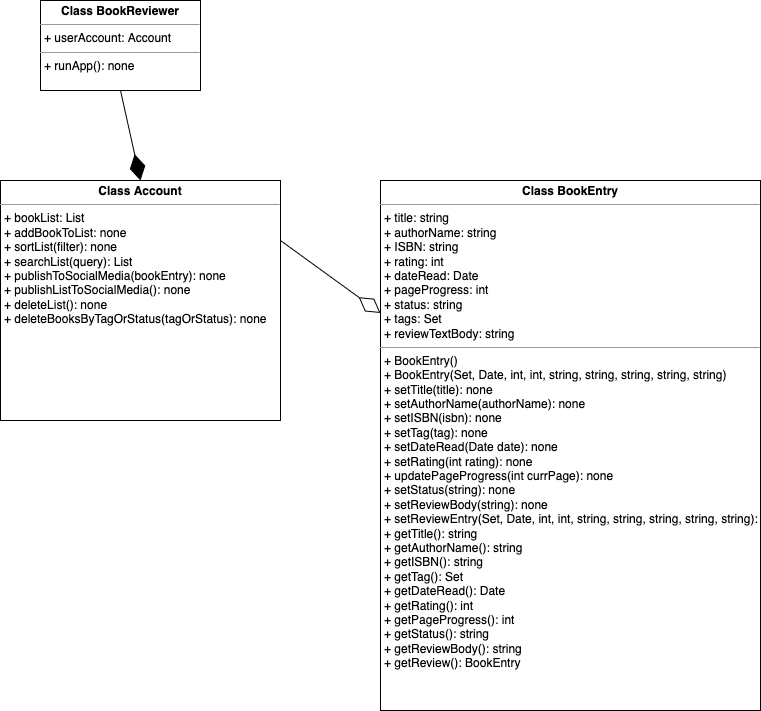
Before: specs/system diagrams/inheritance.drawio.png, a diagram exported from draw.io (cse110-fa22-group13/cse110-fa22-group13). Source tidied: cells renumbered, new cells last; positions are measured from the earlier drawing's top-left corner, leaving out a move shared by most shapes.
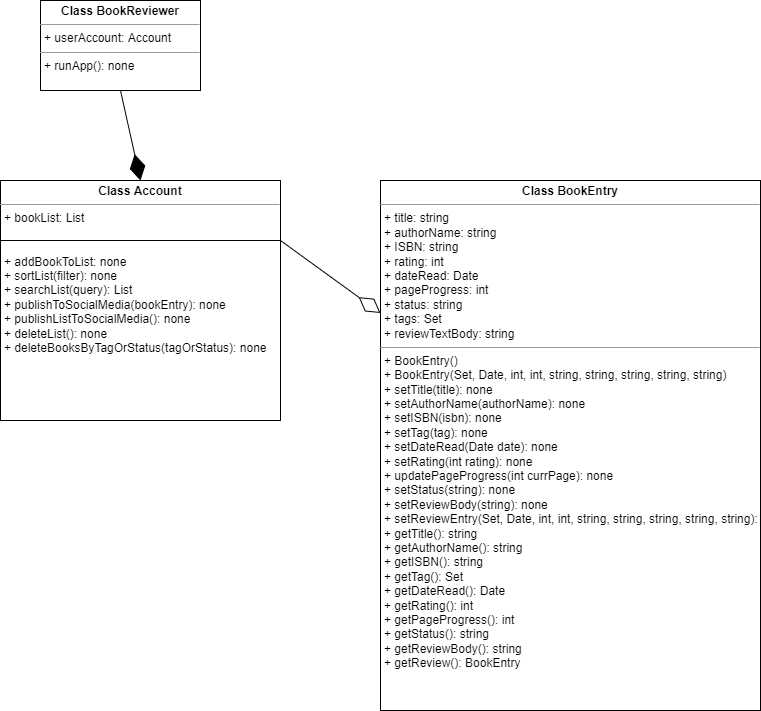
After the change.

Commit message:
Add line separating member variables and member functions back into UML inheritance

Change to the diagram source:
```diff
@@ -2,7 +2,7 @@
   <root>
     <mxCell id="0" />
     <mxCell id="1" parent="0" />
-    <mxCell id="2" value="&lt;p style=&quot;margin: 0px ; margin-top: 4px ; text-align: center&quot;&gt;&lt;b&gt;Class Account&lt;/b&gt;&lt;/p&gt;&lt;hr size=&quot;1&quot;&gt;&lt;p style=&quot;margin: 0px ; margin-left: 4px&quot;&gt;+ bookList: List&lt;/p&gt;&lt;p style=&quot;margin: 0px ; margin-left: 4px&quot;&gt;&lt;/p&gt;&lt;p style=&quot;margin: 0px ; margin-left: 4px&quot;&gt;&lt;span&gt;+ addBookToList: none&lt;/span&gt;&lt;br&gt;&lt;/p&gt;&lt;p style=&quot;margin: 0px ; margin-left: 4px&quot;&gt;+ sortList(filter): none&lt;/p&gt;&lt;p style=&quot;margin: 0px ; margin-left: 4px&quot;&gt;+ searchList(query): List&lt;/p&gt;&lt;p style=&quot;margin: 0px ; margin-left: 4px&quot;&gt;+ publishToSocialMedia(bookEntry): none&lt;/p&gt;&lt;p style=&quot;margin: 0px ; margin-left: 4px&quot;&gt;+ publishListToSocialMedia(): none&lt;/p&gt;&lt;p style=&quot;margin: 0px ; margin-left: 4px&quot;&gt;+ deleteList(): none&lt;/p&gt;&lt;p style=&quot;margin: 0px ; margin-left: 4px&quot;&gt;+ deleteBooksByTagOrStatus(tagOrStatus): none&lt;/p&gt;" style="verticalAlign=top;align=left;overflow=fill;fontSize=12;fontFamily=Helvetica;html=1;" parent="1" vertex="1">
+    <mxCell id="2" value="&lt;p style=&quot;margin: 0px ; margin-top: 4px ; text-align: center&quot;&gt;&lt;b&gt;Class Account&lt;/b&gt;&lt;/p&gt;&lt;hr size=&quot;1&quot;&gt;&lt;p style=&quot;margin: 0px ; margin-left: 4px&quot;&gt;+ bookList: List&lt;br&gt;&lt;br&gt;&lt;/p&gt;&lt;p style=&quot;margin: 0px ; margin-left: 4px&quot;&gt;&lt;/p&gt;&lt;p style=&quot;margin: 0px ; margin-left: 4px&quot;&gt;&lt;span&gt;&lt;br&gt;+ addBookToList: none&lt;/span&gt;&lt;br&gt;&lt;/p&gt;&lt;p style=&quot;margin: 0px ; margin-left: 4px&quot;&gt;+ sortList(filter): none&lt;/p&gt;&lt;p style=&quot;margin: 0px ; margin-left: 4px&quot;&gt;+ searchList(query): List&lt;/p&gt;&lt;p style=&quot;margin: 0px ; margin-left: 4px&quot;&gt;+ publishToSocialMedia(bookEntry): none&lt;/p&gt;&lt;p style=&quot;margin: 0px ; margin-left: 4px&quot;&gt;+ publishListToSocialMedia(): none&lt;/p&gt;&lt;p style=&quot;margin: 0px ; margin-left: 4px&quot;&gt;+ deleteList(): none&lt;/p&gt;&lt;p style=&quot;margin: 0px ; margin-left: 4px&quot;&gt;+ deleteBooksByTagOrStatus(tagOrStatus): none&lt;/p&gt;" style="verticalAlign=top;align=left;overflow=fill;fontSize=12;fontFamily=Helvetica;html=1;" parent="1" vertex="1">
       <mxGeometry y="180" width="280" height="240" as="geometry" />
     </mxCell>
     <mxCell id="3" value="&lt;p style=&quot;margin: 4px 0px 0px ; text-align: center&quot;&gt;&lt;b&gt;Class BookEntry&lt;/b&gt;&lt;/p&gt;&lt;hr size=&quot;1&quot;&gt;&lt;p style=&quot;margin: 0px 0px 0px 4px&quot;&gt;+ title: string&lt;/p&gt;&lt;p style=&quot;margin: 0px 0px 0px 4px&quot;&gt;+ authorName: string&lt;/p&gt;&lt;p style=&quot;margin: 0px 0px 0px 4px&quot;&gt;+ ISBN: string&lt;/p&gt;&lt;p style=&quot;margin: 0px 0px 0px 4px&quot;&gt;+ rating: int&lt;/p&gt;&lt;p style=&quot;margin: 0px 0px 0px 4px&quot;&gt;+ dateRead: Date&lt;/p&gt;&lt;p style=&quot;margin: 0px 0px 0px 4px&quot;&gt;+ pageProgress: int&lt;/p&gt;&lt;p style=&quot;margin: 0px 0px 0px 4px&quot;&gt;+ status: string&lt;/p&gt;&lt;p style=&quot;margin: 0px 0px 0px 4px&quot;&gt;+ tags: Set&lt;br&gt;+ reviewTextBody: string&lt;/p&gt;&lt;hr size=&quot;1&quot;&gt;&lt;p style=&quot;margin: 0px 0px 0px 4px&quot;&gt;+ BookEntry()&lt;/p&gt;&lt;p style=&quot;margin: 0px 0px 0px 4px&quot;&gt;+ BookEntry(Set, Date, int, int, string, string, string, string, string)&lt;br&gt;&lt;/p&gt;&lt;p style=&quot;margin: 0px 0px 0px 4px&quot;&gt;+ setTitle(title): none&lt;/p&gt;&lt;p style=&quot;margin: 0px 0px 0px 4px&quot;&gt;+ setAuthorName(authorName): none&lt;/p&gt;&lt;p style=&quot;margin: 0px 0px 0px 4px&quot;&gt;+ setISBN(isbn): none&lt;/p&gt;&lt;p style=&quot;margin: 0px 0px 0px 4px&quot;&gt;+ setTag(tag): none&lt;br&gt;&lt;/p&gt;&lt;p style=&quot;margin: 0px 0px 0px 4px&quot;&gt;+ setDateRead(Date date): none&lt;br&gt;+ setRating(int rating): none&lt;br&gt;&lt;/p&gt;&lt;p style=&quot;margin: 0px 0px 0px 4px&quot;&gt;+ updatePageProgress(int currPage): none&lt;br&gt;&lt;/p&gt;&lt;p style=&quot;margin: 0px 0px 0px 4px&quot;&gt;+ setStatus(string): none&lt;/p&gt;&lt;p style=&quot;margin: 0px 0px 0px 4px&quot;&gt;+ setReviewBody(string): none&lt;/p&gt;&lt;p style=&quot;margin: 0px 0px 0px 4px&quot;&gt;+ setReviewEntry(Set, Date, int, int, string, string, string, string, string): none&lt;/p&gt;&lt;p style=&quot;margin: 0px 0px 0px 4px&quot;&gt;+ getTitle(): string&lt;/p&gt;&lt;p style=&quot;margin: 0px 0px 0px 4px&quot;&gt;+ getAuthorName(): string&lt;/p&gt;&lt;p style=&quot;margin: 0px 0px 0px 4px&quot;&gt;+ getISBN(): string&lt;/p&gt;&lt;p style=&quot;margin: 0px 0px 0px 4px&quot;&gt;+ getTag(): Set&lt;/p&gt;&lt;p style=&quot;margin: 0px 0px 0px 4px&quot;&gt;+ getDateRead(): Date&lt;/p&gt;&lt;p style=&quot;margin: 0px 0px 0px 4px&quot;&gt;+ getRating(): int&lt;/p&gt;&lt;p style=&quot;margin: 0px 0px 0px 4px&quot;&gt;+ getPageProgress(): int&lt;/p&gt;&lt;p style=&quot;margin: 0px 0px 0px 4px&quot;&gt;+ getStatus(): string&lt;br&gt;&lt;/p&gt;&lt;p style=&quot;margin: 0px 0px 0px 4px&quot;&gt;+ getReviewBody(): string&lt;br&gt;&lt;/p&gt;&lt;p style=&quot;margin: 0px 0px 0px 4px&quot;&gt;+ getReview(): BookEntry&lt;/p&gt;" style="verticalAlign=top;align=left;overflow=fill;fontSize=12;fontFamily=Helvetica;html=1;" parent="1" vertex="1">
@@ -17,5 +17,8 @@
     <mxCell id="6" style="endArrow=diamondThin;endFill=0;endSize=24;html=1;rounded=0;entryX=0;entryY=0.25;entryDx=0;entryDy=0;exitX=1;exitY=0.25;exitDx=0;exitDy=0;" parent="1" edge="1" source="2" target="3">
       <mxGeometry relative="1" as="geometry" />
     </mxCell>
+    <mxCell id="7" style="endArrow=none;html=1;entryX=1;entryY=0.25;entryDx=0;entryDy=0;exitX=0;exitY=0.25;exitDx=0;exitDy=0;" parent="1" edge="1" source="2" target="2">
+      <mxGeometry relative="1" as="geometry" />
+    </mxCell>
   </root>
 </mxGraphModel>
```
